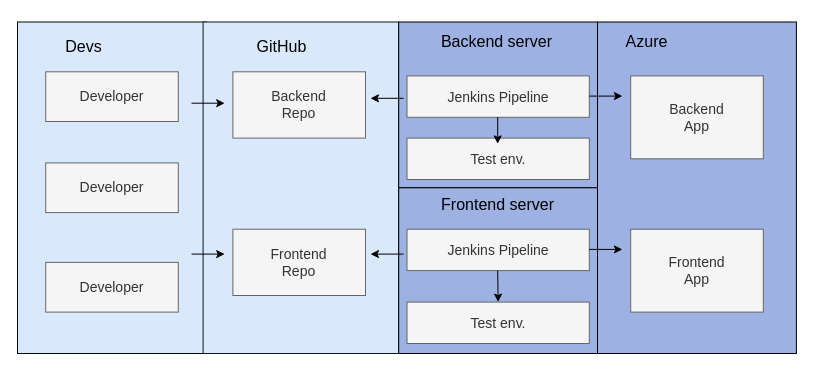
Before: page "DevOps" (9 of 11) of diagrams/Users2_db_schema.drawio in riv4lz/riv4lz-backend, a draw.io diagram. Source tidied: cells renumbered, new cells numbered last; positions are measured from the earlier drawing's top-left corner, leaving out a move shared by most shapes. Both pictures are drawn from the tidied source at 100%, with x=0, y=0 at pixel (17, 17).
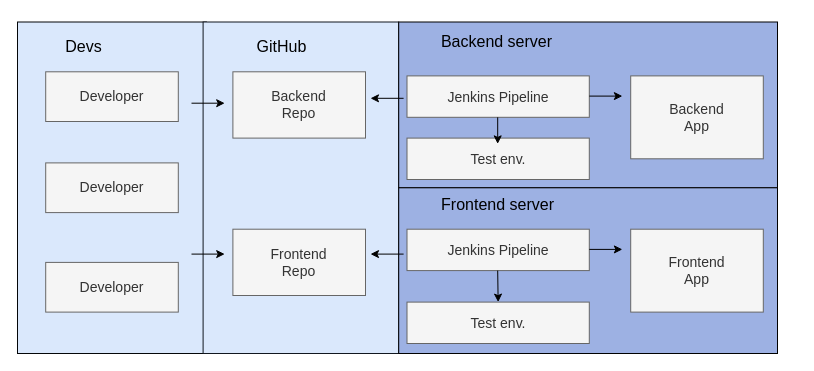
The same diagram, later.

The edit, as a diff of the source:
```diff
@@
     <mxCell id="11" style="rounded=0;whiteSpace=wrap;html=1;fontSize=16;fillColor=#9DB1E3;strokeColor=#000000;" parent="1" vertex="1">
-      <mxGeometry x="381.2" y="4.5" width="198.9" height="165.7" as="geometry" />
+      <mxGeometry x="381.2" y="4.5" width="378.8" height="165.7" as="geometry" />
     </mxCell>
     <mxCell id="12" style="rounded=0;whiteSpace=wrap;html=1;fontSize=16;fillColor=#9DB1E3;strokeColor=#000000;" parent="1" vertex="1">
-      <mxGeometry x="381.2" y="170.3" width="198.9" height="165.7" as="geometry" />
+      <mxGeometry x="381.2" y="170.3" width="378.8" height="165.7" as="geometry" />
     </mxCell>
@@
-    <mxCell id="19" style="rounded=0;whiteSpace=wrap;html=1;fontSize=14;fillColor=#9DB1E3;strokeColor=default;" parent="1" vertex="1">
-      <mxGeometry x="580" y="4.5" width="198.9" height="331.5" as="geometry" />
-    </mxCell>
-    <mxCell id="20" value="Azure" style="text;html=1;strokeColor=none;fillColor=none;align=center;verticalAlign=middle;whiteSpace=wrap;rounded=0;fontSize=16;" parent="1" vertex="1">
-      <mxGeometry x="530.3" y="-0.4" width="198.9" height="49.7" as="geometry" />
-    </mxCell>
```
